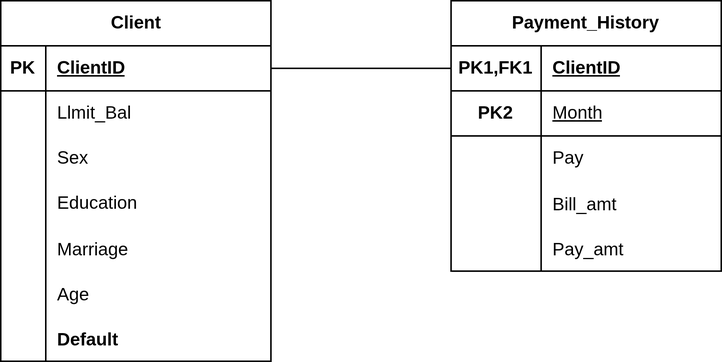
Before: docs/ER.png, a diagram exported from draw.io (iraedeus/credit-risk-agent). Source tidied: cells renumbered, new cells last; positions are measured from the earlier drawing's top-left corner, leaving out a move shared by most shapes. Its diagram source:
```xml
<mxGraphModel>
  <root>
    <mxCell id="0" />
    <mxCell id="1" parent="0" />
    <mxCell id="2" value="Client" style="shape=table;startSize=30;rowLines=0;fontStyle=1;align=center;html=1;" parent="1" vertex="1">
      <mxGeometry width="180" height="240" as="geometry" />
    </mxCell>
    <mxCell id="3" style="shape=tableRow;horizontal=0;startSize=0;swimlaneHead=0;swimlaneBody=0;fillColor=none;points=[[0,0.5],[1,0.5]];portConstraint=eastwest;top=0;left=0;right=0;bottom=1;" parent="2" vertex="1">
      <mxGeometry y="30" width="180" height="30" as="geometry" />
    </mxCell>
    <mxCell id="4" value="PK" style="shape=partialRectangle;fillColor=none;top=0;left=0;bottom=0;right=0;fontStyle=1;overflow=hidden;whiteSpace=wrap;html=1;" parent="3" vertex="1">
      <mxGeometry width="30" height="30" as="geometry" />
    </mxCell>
    <mxCell id="5" value="ClientID" style="shape=partialRectangle;fillColor=none;top=0;left=0;bottom=0;right=0;align=left;spacingLeft=6;fontStyle=5;overflow=hidden;whiteSpace=wrap;html=1;" parent="3" vertex="1">
      <mxGeometry x="30" width="150" height="30" as="geometry" />
    </mxCell>
    <mxCell id="6" style="shape=tableRow;horizontal=0;startSize=0;swimlaneHead=0;swimlaneBody=0;fillColor=none;top=0;left=0;right=0;bottom=0;" parent="2" vertex="1">
      <mxGeometry y="60" width="180" height="30" as="geometry" />
    </mxCell>
    <mxCell id="7" style="shape=partialRectangle;fillColor=none;top=0;left=0;bottom=0;right=0;overflow=hidden;whiteSpace=wrap;html=1;" parent="6" vertex="1">
      <mxGeometry width="30" height="30" as="geometry" />
    </mxCell>
    <mxCell id="8" value="Llmit_Bal" style="shape=partialRectangle;fillColor=none;top=0;left=0;bottom=0;right=0;align=left;spacingLeft=6;overflow=hidden;whiteSpace=wrap;html=1;" parent="6" vertex="1">
      <mxGeometry x="30" width="150" height="30" as="geometry" />
    </mxCell>
    <mxCell id="9" style="shape=tableRow;horizontal=0;startSize=0;swimlaneHead=0;swimlaneBody=0;fillColor=none;top=0;left=0;right=0;bottom=0;" parent="2" vertex="1">
      <mxGeometry y="90" width="180" height="30" as="geometry" />
    </mxCell>
    <mxCell id="10" style="shape=partialRectangle;fillColor=none;top=0;left=0;bottom=0;right=0;overflow=hidden;whiteSpace=wrap;html=1;" parent="9" vertex="1">
      <mxGeometry width="30" height="30" as="geometry" />
    </mxCell>
    <mxCell id="11" value="Sex" style="shape=partialRectangle;fillColor=none;top=0;left=0;bottom=0;right=0;align=left;spacingLeft=6;overflow=hidden;whiteSpace=wrap;html=1;" parent="9" vertex="1">
      <mxGeometry x="30" width="150" height="30" as="geometry" />
    </mxCell>
    <mxCell id="12" style="shape=tableRow;horizontal=0;startSize=0;swimlaneHead=0;swimlaneBody=0;fillColor=none;top=0;left=0;right=0;bottom=0;" parent="2" vertex="1">
      <mxGeometry y="120" width="180" height="30" as="geometry" />
    </mxCell>
    <mxCell id="13" style="shape=partialRectangle;fillColor=none;top=0;left=0;bottom=0;right=0;overflow=hidden;whiteSpace=wrap;html=1;" parent="12" vertex="1">
      <mxGeometry width="30" height="30" as="geometry" />
    </mxCell>
    <mxCell id="14" value="Education" style="shape=partialRectangle;fillColor=none;top=0;left=0;bottom=0;right=0;align=left;spacingLeft=6;overflow=hidden;whiteSpace=wrap;html=1;" parent="12" vertex="1">
      <mxGeometry x="30" width="150" height="30" as="geometry" />
    </mxCell>
    <mxCell id="15" style="shape=tableRow;horizontal=0;startSize=0;swimlaneHead=0;swimlaneBody=0;fillColor=none;top=0;left=0;right=0;bottom=0;" parent="2" vertex="1">
      <mxGeometry y="150" width="180" height="30" as="geometry" />
    </mxCell>
    <mxCell id="16" style="shape=partialRectangle;fillColor=none;top=0;left=0;bottom=0;right=0;overflow=hidden;" parent="15" vertex="1">
      <mxGeometry width="30" height="30" as="geometry" />
    </mxCell>
    <mxCell id="17" value="Marriage" style="shape=partialRectangle;fillColor=none;top=0;left=0;bottom=0;right=0;align=left;spacingLeft=6;overflow=hidden;" parent="15" vertex="1">
      <mxGeometry x="30" width="150" height="30" as="geometry" />
    </mxCell>
    <mxCell id="18" style="shape=tableRow;horizontal=0;startSize=0;swimlaneHead=0;swimlaneBody=0;fillColor=none;top=0;left=0;right=0;bottom=0;" parent="2" vertex="1">
      <mxGeometry y="180" width="180" height="30" as="geometry" />
    </mxCell>
    <mxCell id="19" style="shape=partialRectangle;fillColor=none;top=0;left=0;bottom=0;right=0;overflow=hidden;" parent="18" vertex="1">
      <mxGeometry width="30" height="30" as="geometry" />
    </mxCell>
    <mxCell id="20" value="Age" style="shape=partialRectangle;fillColor=none;top=0;left=0;bottom=0;right=0;align=left;spacingLeft=6;overflow=hidden;" parent="18" vertex="1">
      <mxGeometry x="30" width="150" height="30" as="geometry" />
    </mxCell>
    <mxCell id="21" style="shape=tableRow;horizontal=0;startSize=0;swimlaneHead=0;swimlaneBody=0;fillColor=none;top=0;left=0;right=0;bottom=0;" parent="2" vertex="1">
      <mxGeometry y="210" width="180" height="30" as="geometry" />
    </mxCell>
    <mxCell id="22" style="shape=partialRectangle;fillColor=none;top=0;left=0;bottom=0;right=0;overflow=hidden;" parent="21" vertex="1">
      <mxGeometry width="30" height="30" as="geometry" />
    </mxCell>
    <mxCell id="23" value="Default" style="shape=partialRectangle;fillColor=none;top=0;left=0;bottom=0;right=0;align=left;spacingLeft=6;overflow=hidden;fontStyle=1;" parent="21" vertex="1">
      <mxGeometry x="30" width="150" height="30" as="geometry" />
    </mxCell>
    <mxCell id="24" value="Payment_History" style="shape=table;startSize=30;rowLines=0;fontStyle=1;align=center;html=1;whiteSpace=wrap;" parent="1" vertex="1">
      <mxGeometry x="300" width="180" height="180" as="geometry" />
    </mxCell>
    <mxCell id="25" style="shape=tableRow;horizontal=0;startSize=0;swimlaneHead=0;swimlaneBody=0;fillColor=none;points=[[0,0.5],[1,0.5]];portConstraint=eastwest;top=0;left=0;right=0;bottom=1;html=1;" parent="24" vertex="1">
      <mxGeometry y="30" width="180" height="30" as="geometry" />
    </mxCell>
    <mxCell id="26" value="PK1,FK1" style="shape=partialRectangle;fillColor=none;top=0;left=0;bottom=0;right=0;fontStyle=1;overflow=hidden;html=1;whiteSpace=wrap;strokeColor=inherit;strokeWidth=0;" parent="25" vertex="1">
      <mxGeometry width="60" height="30" as="geometry" />
    </mxCell>
    <mxCell id="27" value="ClientID" style="shape=partialRectangle;fillColor=none;top=0;left=0;bottom=0;right=0;align=left;spacingLeft=6;fontStyle=5;overflow=hidden;html=1;whiteSpace=wrap;strokeColor=inherit;strokeWidth=0;" parent="25" vertex="1">
      <mxGeometry x="60" width="120" height="30" as="geometry" />
    </mxCell>
    <mxCell id="28" style="shape=tableRow;horizontal=0;startSize=0;swimlaneHead=0;swimlaneBody=0;fillColor=none;top=0;left=0;right=0;bottom=0;html=1;" parent="24" vertex="1">
      <mxGeometry y="60" width="180" height="30" as="geometry" />
    </mxCell>
    <mxCell id="29" value="&lt;b&gt;PK2&lt;/b&gt;" style="shape=partialRectangle;fillColor=none;top=0;left=0;bottom=1;right=0;overflow=hidden;html=1;whiteSpace=wrap;" parent="28" vertex="1">
      <mxGeometry width="60" height="30" as="geometry" />
    </mxCell>
    <mxCell id="30" value="&lt;u&gt;Month&lt;/u&gt;" style="shape=partialRectangle;fillColor=none;top=0;left=0;bottom=1;right=0;align=left;spacingLeft=6;overflow=hidden;html=1;whiteSpace=wrap;" parent="28" vertex="1">
      <mxGeometry x="60" width="120" height="30" as="geometry" />
    </mxCell>
    <mxCell id="31" style="shape=tableRow;horizontal=0;startSize=0;swimlaneHead=0;swimlaneBody=0;fillColor=none;top=0;left=0;right=0;bottom=0;html=1;" parent="24" vertex="1">
      <mxGeometry y="90" width="180" height="30" as="geometry" />
    </mxCell>
    <mxCell id="32" style="shape=partialRectangle;fillColor=none;top=0;left=0;bottom=0;right=0;overflow=hidden;html=1;whiteSpace=wrap;" parent="31" vertex="1">
      <mxGeometry width="60" height="30" as="geometry" />
    </mxCell>
    <mxCell id="33" value="Pay" style="shape=partialRectangle;fillColor=none;top=0;left=0;bottom=0;right=0;align=left;spacingLeft=6;overflow=hidden;html=1;whiteSpace=wrap;" parent="31" vertex="1">
      <mxGeometry x="60" width="120" height="30" as="geometry" />
    </mxCell>
    <mxCell id="34" style="shape=tableRow;horizontal=0;startSize=0;swimlaneHead=0;swimlaneBody=0;fillColor=none;top=0;left=0;right=0;bottom=0;" parent="24" vertex="1">
      <mxGeometry y="120" width="180" height="30" as="geometry" />
    </mxCell>
    <mxCell id="35" style="shape=partialRectangle;fillColor=none;top=0;left=0;bottom=0;right=0;overflow=hidden;" parent="34" vertex="1">
      <mxGeometry width="60" height="30" as="geometry" />
    </mxCell>
    <mxCell id="36" value="Bill_amt" style="shape=partialRectangle;fillColor=none;top=0;left=0;bottom=0;right=0;align=left;spacingLeft=6;overflow=hidden;" parent="34" vertex="1">
      <mxGeometry x="60" width="120" height="30" as="geometry" />
    </mxCell>
    <mxCell id="37" style="shape=tableRow;horizontal=0;startSize=0;swimlaneHead=0;swimlaneBody=0;fillColor=none;top=0;left=0;right=0;bottom=0;" parent="24" vertex="1">
      <mxGeometry y="150" width="180" height="30" as="geometry" />
    </mxCell>
    <mxCell id="38" style="shape=partialRectangle;fillColor=none;top=0;left=0;bottom=0;right=0;overflow=hidden;" parent="37" vertex="1">
      <mxGeometry width="60" height="30" as="geometry" />
    </mxCell>
    <mxCell id="39" value="Pay_amt" style="shape=partialRectangle;fillColor=none;top=0;left=0;bottom=0;right=0;align=left;spacingLeft=6;overflow=hidden;" parent="37" vertex="1">
      <mxGeometry x="60" width="120" height="30" as="geometry" />
    </mxCell>
    <mxCell id="40" style="edgeStyle=orthogonalEdgeStyle;rounded=0;jettySize=auto;html=1;endArrow=none;endFill=0;" parent="1" edge="1" source="25" target="3">
      <mxGeometry relative="1" as="geometry" />
    </mxCell>
  </root>
</mxGraphModel>
```
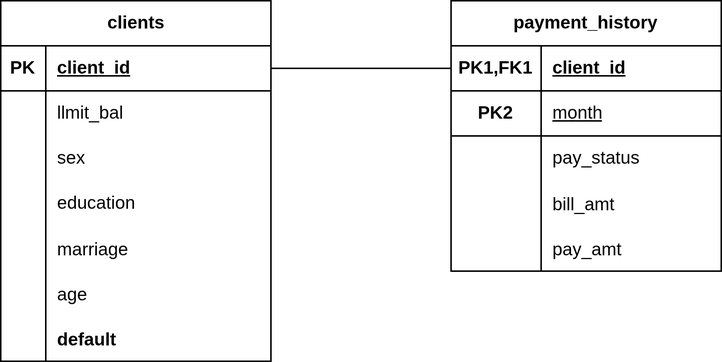
Later version of the same file.

The edit, as a diff of the source:
```diff
@@ -2,7 +2,7 @@
   <root>
     <mxCell id="0" />
     <mxCell id="1" parent="0" />
-    <mxCell id="2" value="Client" style="shape=table;startSize=30;rowLines=0;fontStyle=1;align=center;html=1;" parent="1" vertex="1">
+    <mxCell id="2" value="clients" style="shape=table;startSize=30;rowLines=0;fontStyle=1;align=center;html=1;" parent="1" vertex="1">
       <mxGeometry width="180" height="240" as="geometry" />
     </mxCell>
     <mxCell id="3" style="shape=tableRow;horizontal=0;startSize=0;swimlaneHead=0;swimlaneBody=0;fillColor=none;points=[[0,0.5],[1,0.5]];portConstraint=eastwest;top=0;left=0;right=0;bottom=1;" parent="2" vertex="1">
@@ -11,7 +11,7 @@
     <mxCell id="4" value="PK" style="shape=partialRectangle;fillColor=none;top=0;left=0;bottom=0;right=0;fontStyle=1;overflow=hidden;whiteSpace=wrap;html=1;" parent="3" vertex="1">
       <mxGeometry width="30" height="30" as="geometry" />
     </mxCell>
-    <mxCell id="5" value="ClientID" style="shape=partialRectangle;fillColor=none;top=0;left=0;bottom=0;right=0;align=left;spacingLeft=6;fontStyle=5;overflow=hidden;whiteSpace=wrap;html=1;" parent="3" vertex="1">
+    <mxCell id="5" value="client_id" style="shape=partialRectangle;fillColor=none;top=0;left=0;bottom=0;right=0;align=left;spacingLeft=6;fontStyle=5;overflow=hidden;whiteSpace=wrap;html=1;" parent="3" vertex="1">
       <mxGeometry x="30" width="150" height="30" as="geometry" />
     </mxCell>
     <mxCell id="6" style="shape=tableRow;horizontal=0;startSize=0;swimlaneHead=0;swimlaneBody=0;fillColor=none;top=0;left=0;right=0;bottom=0;" parent="2" vertex="1">
@@ -20,7 +20,7 @@
     <mxCell id="7" style="shape=partialRectangle;fillColor=none;top=0;left=0;bottom=0;right=0;overflow=hidden;whiteSpace=wrap;html=1;" parent="6" vertex="1">
       <mxGeometry width="30" height="30" as="geometry" />
     </mxCell>
-    <mxCell id="8" value="Llmit_Bal" style="shape=partialRectangle;fillColor=none;top=0;left=0;bottom=0;right=0;align=left;spacingLeft=6;overflow=hidden;whiteSpace=wrap;html=1;" parent="6" vertex="1">
+    <mxCell id="8" value="llmit_bal" style="shape=partialRectangle;fillColor=none;top=0;left=0;bottom=0;right=0;align=left;spacingLeft=6;overflow=hidden;whiteSpace=wrap;html=1;" parent="6" vertex="1">
       <mxGeometry x="30" width="150" height="30" as="geometry" />
     </mxCell>
     <mxCell id="9" style="shape=tableRow;horizontal=0;startSize=0;swimlaneHead=0;swimlaneBody=0;fillColor=none;top=0;left=0;right=0;bottom=0;" parent="2" vertex="1">
@@ -29,7 +29,7 @@
     <mxCell id="10" style="shape=partialRectangle;fillColor=none;top=0;left=0;bottom=0;right=0;overflow=hidden;whiteSpace=wrap;html=1;" parent="9" vertex="1">
       <mxGeometry width="30" height="30" as="geometry" />
     </mxCell>
-    <mxCell id="11" value="Sex" style="shape=partialRectangle;fillColor=none;top=0;left=0;bottom=0;right=0;align=left;spacingLeft=6;overflow=hidden;whiteSpace=wrap;html=1;" parent="9" vertex="1">
+    <mxCell id="11" value="sex" style="shape=partialRectangle;fillColor=none;top=0;left=0;bottom=0;right=0;align=left;spacingLeft=6;overflow=hidden;whiteSpace=wrap;html=1;" parent="9" vertex="1">
       <mxGeometry x="30" width="150" height="30" as="geometry" />
     </mxCell>
     <mxCell id="12" style="shape=tableRow;horizontal=0;startSize=0;swimlaneHead=0;swimlaneBody=0;fillColor=none;top=0;left=0;right=0;bottom=0;" parent="2" vertex="1">
@@ -38,7 +38,7 @@
     <mxCell id="13" style="shape=partialRectangle;fillColor=none;top=0;left=0;bottom=0;right=0;overflow=hidden;whiteSpace=wrap;html=1;" parent="12" vertex="1">
       <mxGeometry width="30" height="30" as="geometry" />
     </mxCell>
-    <mxCell id="14" value="Education" style="shape=partialRectangle;fillColor=none;top=0;left=0;bottom=0;right=0;align=left;spacingLeft=6;overflow=hidden;whiteSpace=wrap;html=1;" parent="12" vertex="1">
+    <mxCell id="14" value="education" style="shape=partialRectangle;fillColor=none;top=0;left=0;bottom=0;right=0;align=left;spacingLeft=6;overflow=hidden;whiteSpace=wrap;html=1;" parent="12" vertex="1">
       <mxGeometry x="30" width="150" height="30" as="geometry" />
     </mxCell>
     <mxCell id="15" style="shape=tableRow;horizontal=0;startSize=0;swimlaneHead=0;swimlaneBody=0;fillColor=none;top=0;left=0;right=0;bottom=0;" parent="2" vertex="1">
@@ -47,7 +47,7 @@
     <mxCell id="16" style="shape=partialRectangle;fillColor=none;top=0;left=0;bottom=0;right=0;overflow=hidden;" parent="15" vertex="1">
       <mxGeometry width="30" height="30" as="geometry" />
     </mxCell>
-    <mxCell id="17" value="Marriage" style="shape=partialRectangle;fillColor=none;top=0;left=0;bottom=0;right=0;align=left;spacingLeft=6;overflow=hidden;" parent="15" vertex="1">
+    <mxCell id="17" value="marriage" style="shape=partialRectangle;fillColor=none;top=0;left=0;bottom=0;right=0;align=left;spacingLeft=6;overflow=hidden;" parent="15" vertex="1">
       <mxGeometry x="30" width="150" height="30" as="geometry" />
     </mxCell>
     <mxCell id="18" style="shape=tableRow;horizontal=0;startSize=0;swimlaneHead=0;swimlaneBody=0;fillColor=none;top=0;left=0;right=0;bottom=0;" parent="2" vertex="1">
@@ -56,7 +56,7 @@
     <mxCell id="19" style="shape=partialRectangle;fillColor=none;top=0;left=0;bottom=0;right=0;overflow=hidden;" parent="18" vertex="1">
       <mxGeometry width="30" height="30" as="geometry" />
     </mxCell>
-    <mxCell id="20" value="Age" style="shape=partialRectangle;fillColor=none;top=0;left=0;bottom=0;right=0;align=left;spacingLeft=6;overflow=hidden;" parent="18" vertex="1">
+    <mxCell id="20" value="age" style="shape=partialRectangle;fillColor=none;top=0;left=0;bottom=0;right=0;align=left;spacingLeft=6;overflow=hidden;" parent="18" vertex="1">
       <mxGeometry x="30" width="150" height="30" as="geometry" />
     </mxCell>
     <mxCell id="21" style="shape=tableRow;horizontal=0;startSize=0;swimlaneHead=0;swimlaneBody=0;fillColor=none;top=0;left=0;right=0;bottom=0;" parent="2" vertex="1">
@@ -65,10 +65,10 @@
     <mxCell id="22" style="shape=partialRectangle;fillColor=none;top=0;left=0;bottom=0;right=0;overflow=hidden;" parent="21" vertex="1">
       <mxGeometry width="30" height="30" as="geometry" />
     </mxCell>
-    <mxCell id="23" value="Default" style="shape=partialRectangle;fillColor=none;top=0;left=0;bottom=0;right=0;align=left;spacingLeft=6;overflow=hidden;fontStyle=1;" parent="21" vertex="1">
+    <mxCell id="23" value="default" style="shape=partialRectangle;fillColor=none;top=0;left=0;bottom=0;right=0;align=left;spacingLeft=6;overflow=hidden;fontStyle=1;" parent="21" vertex="1">
       <mxGeometry x="30" width="150" height="30" as="geometry" />
     </mxCell>
-    <mxCell id="24" value="Payment_History" style="shape=table;startSize=30;rowLines=0;fontStyle=1;align=center;html=1;whiteSpace=wrap;" parent="1" vertex="1">
+    <mxCell id="24" value="payment_history" style="shape=table;startSize=30;rowLines=0;fontStyle=1;align=center;html=1;whiteSpace=wrap;" parent="1" vertex="1">
       <mxGeometry x="300" width="180" height="180" as="geometry" />
     </mxCell>
     <mxCell id="25" style="shape=tableRow;horizontal=0;startSize=0;swimlaneHead=0;swimlaneBody=0;fillColor=none;points=[[0,0.5],[1,0.5]];portConstraint=eastwest;top=0;left=0;right=0;bottom=1;html=1;" parent="24" vertex="1">
@@ -77,7 +77,7 @@
     <mxCell id="26" value="PK1,FK1" style="shape=partialRectangle;fillColor=none;top=0;left=0;bottom=0;right=0;fontStyle=1;overflow=hidden;html=1;whiteSpace=wrap;strokeColor=inherit;strokeWidth=0;" parent="25" vertex="1">
       <mxGeometry width="60" height="30" as="geometry" />
     </mxCell>
-    <mxCell id="27" value="ClientID" style="shape=partialRectangle;fillColor=none;top=0;left=0;bottom=0;right=0;align=left;spacingLeft=6;fontStyle=5;overflow=hidden;html=1;whiteSpace=wrap;strokeColor=inherit;strokeWidth=0;" parent="25" vertex="1">
+    <mxCell id="27" value="client_id" style="shape=partialRectangle;fillColor=none;top=0;left=0;bottom=0;right=0;align=left;spacingLeft=6;fontStyle=5;overflow=hidden;html=1;whiteSpace=wrap;strokeColor=inherit;strokeWidth=0;" parent="25" vertex="1">
       <mxGeometry x="60" width="120" height="30" as="geometry" />
     </mxCell>
     <mxCell id="28" style="shape=tableRow;horizontal=0;startSize=0;swimlaneHead=0;swimlaneBody=0;fillColor=none;top=0;left=0;right=0;bottom=0;html=1;" parent="24" vertex="1">
@@ -86,7 +86,7 @@
     <mxCell id="29" value="&lt;b&gt;PK2&lt;/b&gt;" style="shape=partialRectangle;fillColor=none;top=0;left=0;bottom=1;right=0;overflow=hidden;html=1;whiteSpace=wrap;" parent="28" vertex="1">
       <mxGeometry width="60" height="30" as="geometry" />
     </mxCell>
-    <mxCell id="30" value="&lt;u&gt;Month&lt;/u&gt;" style="shape=partialRectangle;fillColor=none;top=0;left=0;bottom=1;right=0;align=left;spacingLeft=6;overflow=hidden;html=1;whiteSpace=wrap;" parent="28" vertex="1">
+    <mxCell id="30" value="&lt;u&gt;month&lt;/u&gt;" style="shape=partialRectangle;fillColor=none;top=0;left=0;bottom=1;right=0;align=left;spacingLeft=6;overflow=hidden;html=1;whiteSpace=wrap;" parent="28" vertex="1">
       <mxGeometry x="60" width="120" height="30" as="geometry" />
     </mxCell>
     <mxCell id="31" style="shape=tableRow;horizontal=0;startSize=0;swimlaneHead=0;swimlaneBody=0;fillColor=none;top=0;left=0;right=0;bottom=0;html=1;" parent="24" vertex="1">
@@ -95,7 +95,7 @@
     <mxCell id="32" style="shape=partialRectangle;fillColor=none;top=0;left=0;bottom=0;right=0;overflow=hidden;html=1;whiteSpace=wrap;" parent="31" vertex="1">
       <mxGeometry width="60" height="30" as="geometry" />
     </mxCell>
-    <mxCell id="33" value="Pay" style="shape=partialRectangle;fillColor=none;top=0;left=0;bottom=0;right=0;align=left;spacingLeft=6;overflow=hidden;html=1;whiteSpace=wrap;" parent="31" vertex="1">
+    <mxCell id="33" value="pay_status" style="shape=partialRectangle;fillColor=none;top=0;left=0;bottom=0;right=0;align=left;spacingLeft=6;overflow=hidden;html=1;whiteSpace=wrap;" parent="31" vertex="1">
       <mxGeometry x="60" width="120" height="30" as="geometry" />
     </mxCell>
     <mxCell id="34" style="shape=tableRow;horizontal=0;startSize=0;swimlaneHead=0;swimlaneBody=0;fillColor=none;top=0;left=0;right=0;bottom=0;" parent="24" vertex="1">
@@ -104,7 +104,7 @@
     <mxCell id="35" style="shape=partialRectangle;fillColor=none;top=0;left=0;bottom=0;right=0;overflow=hidden;" parent="34" vertex="1">
       <mxGeometry width="60" height="30" as="geometry" />
     </mxCell>
-    <mxCell id="36" value="Bill_amt" style="shape=partialRectangle;fillColor=none;top=0;left=0;bottom=0;right=0;align=left;spacingLeft=6;overflow=hidden;" parent="34" vertex="1">
+    <mxCell id="36" value="bill_amt" style="shape=partialRectangle;fillColor=none;top=0;left=0;bottom=0;right=0;align=left;spacingLeft=6;overflow=hidden;" parent="34" vertex="1">
       <mxGeometry x="60" width="120" height="30" as="geometry" />
     </mxCell>
     <mxCell id="37" style="shape=tableRow;horizontal=0;startSize=0;swimlaneHead=0;swimlaneBody=0;fillColor=none;top=0;left=0;right=0;bottom=0;" parent="24" vertex="1">
@@ -113,7 +113,7 @@
     <mxCell id="38" style="shape=partialRectangle;fillColor=none;top=0;left=0;bottom=0;right=0;overflow=hidden;" parent="37" vertex="1">
       <mxGeometry width="60" height="30" as="geometry" />
     </mxCell>
-    <mxCell id="39" value="Pay_amt" style="shape=partialRectangle;fillColor=none;top=0;left=0;bottom=0;right=0;align=left;spacingLeft=6;overflow=hidden;" parent="37" vertex="1">
+    <mxCell id="39" value="pay_amt" style="shape=partialRectangle;fillColor=none;top=0;left=0;bottom=0;right=0;align=left;spacingLeft=6;overflow=hidden;" parent="37" vertex="1">
       <mxGeometry x="60" width="120" height="30" as="geometry" />
     </mxCell>
     <mxCell id="40" style="edgeStyle=orthogonalEdgeStyle;rounded=0;jettySize=auto;html=1;endArrow=none;endFill=0;" parent="1" edge="1" source="25" target="3">
```
